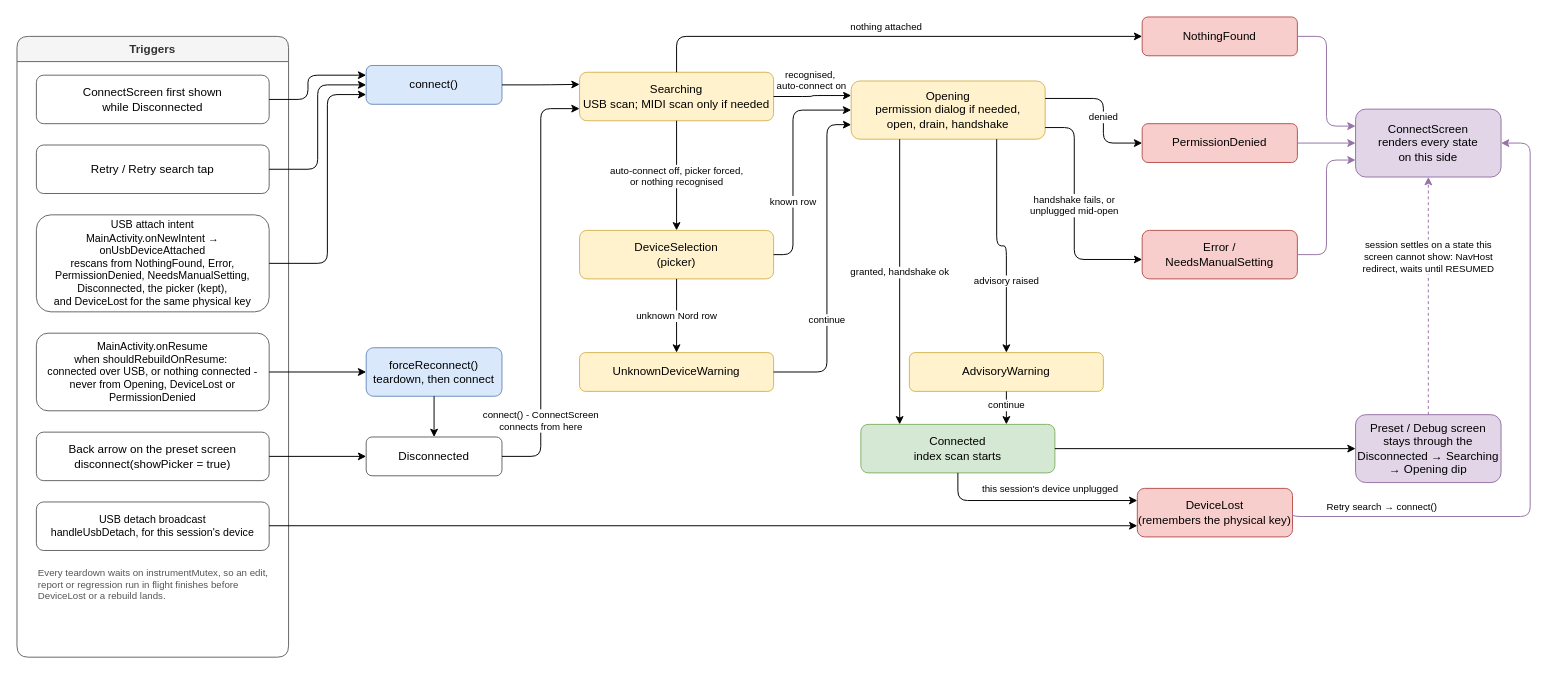
The draw.io diagram docs/usb_session.drawio in steinachim/patchpilot, before the edit. Source tidied: cells renumbered, new cells numbered last; positions are measured from the earlier drawing's top-left corner, leaving out a move shared by most shapes. Both pictures are drawn from the tidied source at 97%, with x=0, y=0 at pixel (16, 16).
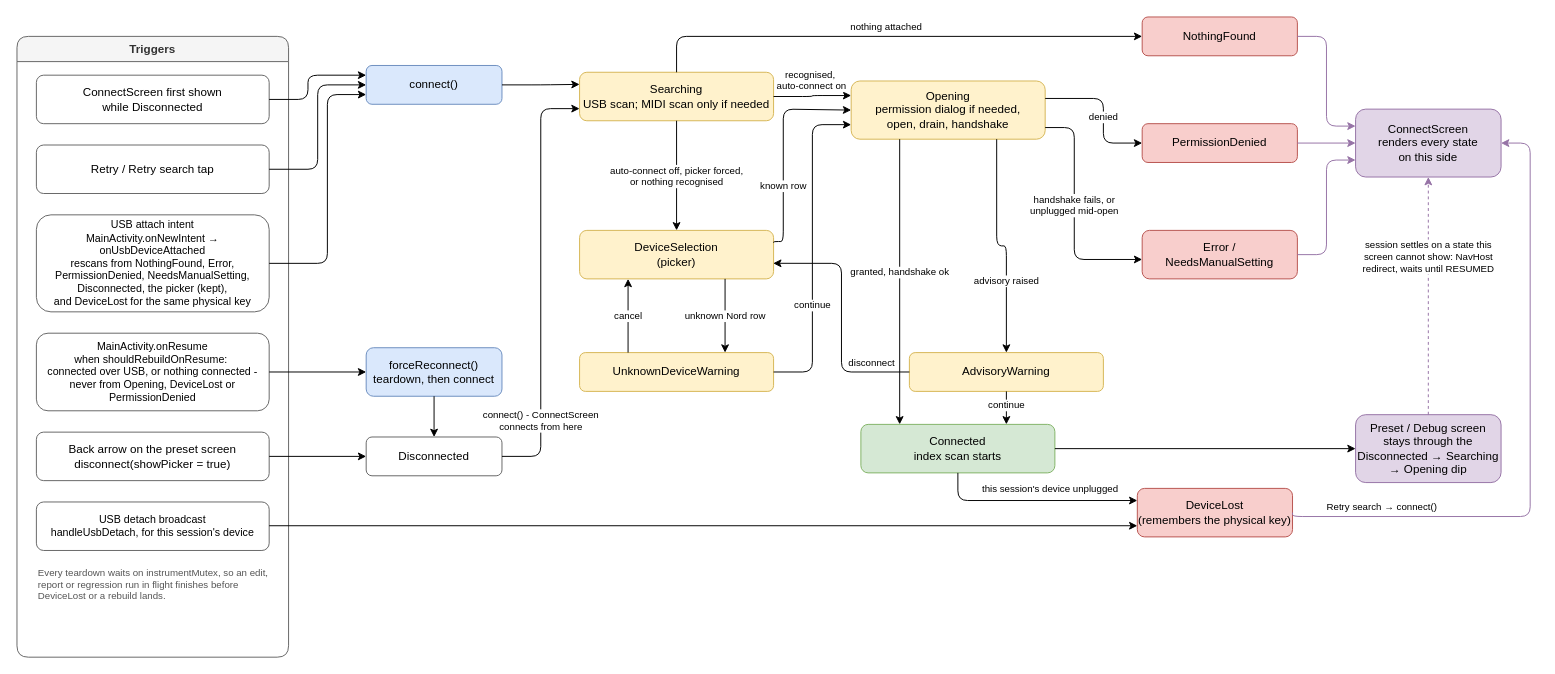
The same page after the edit.

Unchanged cells that the change refers to:
```xml
<mxCell id="14" value="DeviceSelection&#10;(picker)" style="rounded=1;whiteSpace=wrap;html=1;fillColor=#fff2cc;strokeColor=#d6b656;" parent="1" vertex="1">
  <mxGeometry x="580" y="220" width="200" height="50" as="geometry" />
</mxCell>
<mxCell id="15" value="UnknownDeviceWarning" style="rounded=1;whiteSpace=wrap;html=1;fillColor=#fff2cc;strokeColor=#d6b656;" parent="1" vertex="1">
  <mxGeometry x="580" y="346" width="200" height="40" as="geometry" />
</mxCell>
<mxCell id="16" value="Opening&#10;permission dialog if needed,&#10;open, drain, handshake" style="rounded=1;whiteSpace=wrap;html=1;fillColor=#fff2cc;strokeColor=#d6b656;" parent="1" vertex="1">
  <mxGeometry x="860" y="66" width="200" height="60" as="geometry" />
</mxCell>
<mxCell id="17" value="AdvisoryWarning" style="rounded=1;whiteSpace=wrap;html=1;fillColor=#fff2cc;strokeColor=#d6b656;" parent="1" vertex="1">
  <mxGeometry x="920" y="346" width="200" height="40" as="geometry" />
</mxCell>
```

Diff of the diagram source:
```diff
@@
-    <mxCell id="36" value="known row" style="edgeStyle=orthogonalEdgeStyle;rounded=1;html=1;exitX=1;exitY=0.5;entryX=0;entryY=0.5;fontSize=10;labelBackgroundColor=#ffffff;entryDx=0;entryDy=0;" parent="1" edge="1" source="14" target="16">
+    <mxCell id="36" value="known row" style="edgeStyle=orthogonalEdgeStyle;rounded=1;html=1;exitX=1;exitY=0.25;entryX=0;entryY=0.5;fontSize=10;labelBackgroundColor=#ffffff;entryDx=0;entryDy=0;exitDx=0;exitDy=0;" parent="1" edge="1" source="14" target="16">
       <mxGeometry relative="1" as="geometry">
         <Array as="points">
-          <mxPoint x="800" y="245" />
-          <mxPoint x="800" y="96" />
+          <mxPoint x="790" y="231.5" />
+          <mxPoint x="790" y="95" />
         </Array>
         <mxPoint y="40" as="offset" />
       </mxGeometry>
     </mxCell>
-    <mxCell id="37" value="unknown Nord row" style="edgeStyle=orthogonalEdgeStyle;rounded=1;html=1;exitX=0.5;exitY=1;entryX=0.5;entryY=0;fontSize=10;labelBackgroundColor=#ffffff;" parent="1" edge="1" source="14" target="15">
+    <mxCell id="37" value="unknown Nord row" style="edgeStyle=orthogonalEdgeStyle;rounded=1;html=1;exitX=0.75;exitY=1;entryX=0.75;entryY=0;fontSize=10;labelBackgroundColor=#ffffff;exitDx=0;exitDy=0;entryDx=0;entryDy=0;" parent="1" edge="1" source="14" target="15">
       <mxGeometry relative="1" as="geometry" />
     </mxCell>
     <mxCell id="38" value="continue" style="edgeStyle=orthogonalEdgeStyle;rounded=1;html=1;exitX=1;exitY=0.5;entryX=0;entryY=0.75;fontSize=10;labelBackgroundColor=#ffffff;entryDx=0;entryDy=0;" parent="1" edge="1" source="15" target="16">
       <mxGeometry x="-0.35" relative="1" as="geometry">
         <Array as="points">
-          <mxPoint x="835" y="366" />
-          <mxPoint x="835" y="111" />
+          <mxPoint x="820" y="366" />
+          <mxPoint x="820" y="111" />
         </Array>
       </mxGeometry>
     </mxCell>
@@
+    <mxCell id="52" value="cancel" style="edgeStyle=orthogonalEdgeStyle;rounded=1;html=1;exitX=0.25;exitY=0;entryX=0.25;entryY=1;fontSize=10;labelBackgroundColor=#ffffff;exitDx=0;exitDy=0;entryDx=0;entryDy=0;" parent="1" edge="1" source="15" target="14">
+      <mxGeometry relative="1" as="geometry" />
+    </mxCell>
+    <mxCell id="53" value="disconnect" style="edgeStyle=orthogonalEdgeStyle;rounded=1;html=1;exitX=0;exitY=0.5;entryX=0.998;entryY=0.679;fontSize=10;labelBackgroundColor=#ffffff;exitDx=0;exitDy=0;entryDx=0;entryDy=0;entryPerimeter=0;" parent="1" edge="1" source="17" target="14">
+      <mxGeometry x="-0.69" y="-10" relative="1" as="geometry">
+        <Array as="points">
+          <mxPoint x="850" y="366" />
+          <mxPoint x="850" y="254" />
+        </Array>
+      </mxGeometry>
+    </mxCell>
```
